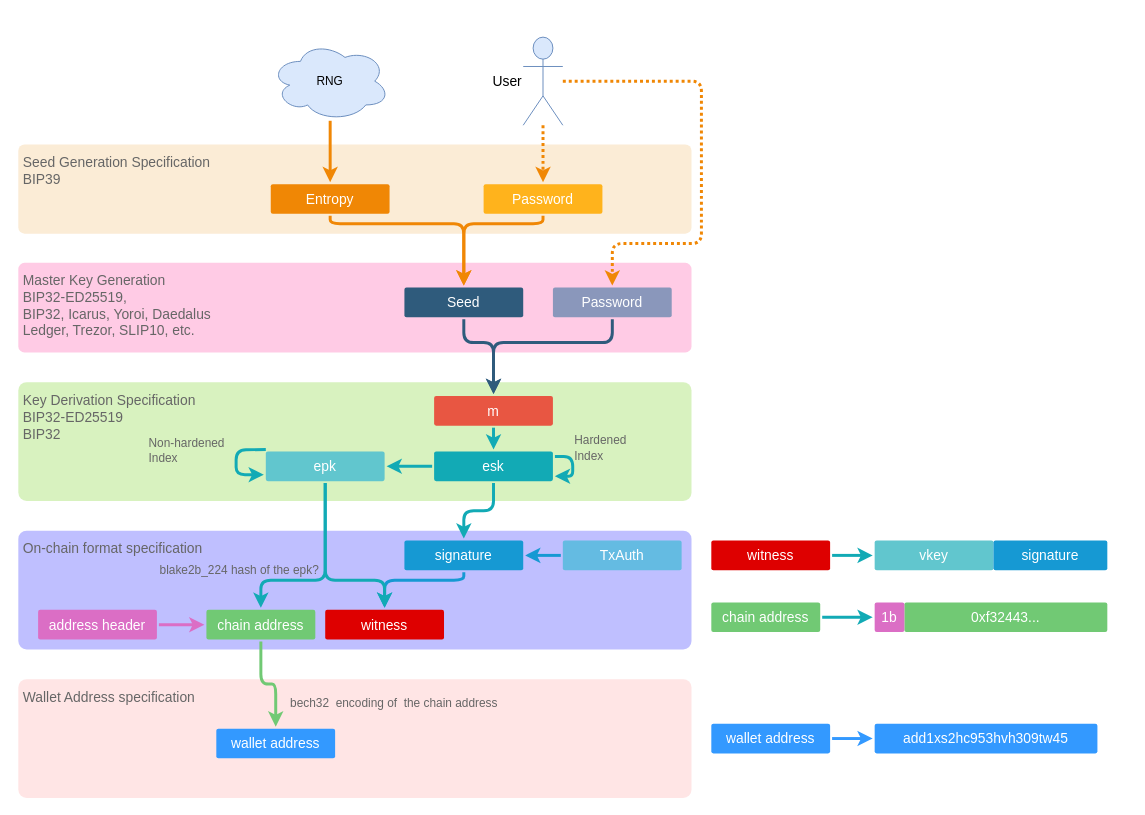
This is diagrams/Wallet_Specification.drawio from ilap/ShelleyStuffs, a draw.io file, before an edit. Source tidied: cells renumbered, new cells numbered last; positions are measured from the earlier drawing's top-left corner, leaving out a move shared by most shapes. Both pictures are drawn from the tidied source at 99%, with x=0, y=0 at pixel (18, 37).
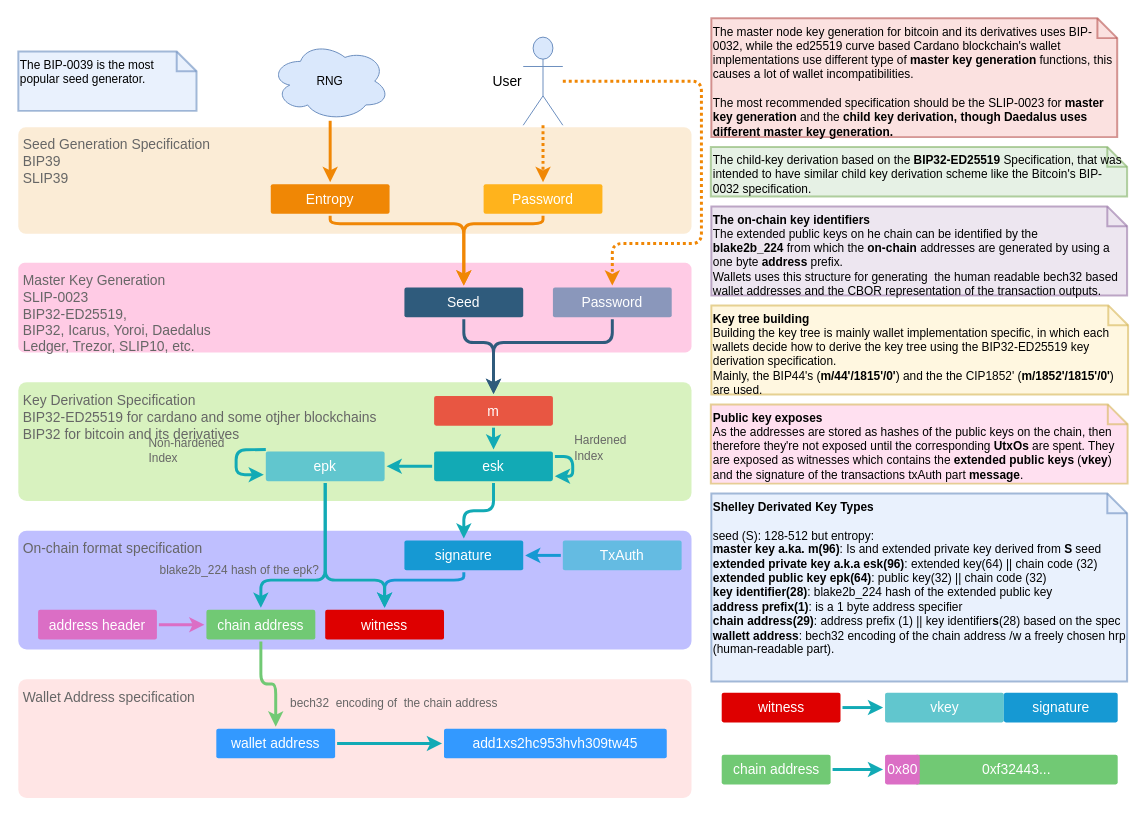
The same diagram, later.

The change refers to these unchanged cells:
```xml
<mxCell id="36" value="wallet address" style="rounded=1;whiteSpace=wrap;html=1;shadow=0;labelBackgroundColor=none;strokeColor=none;strokeWidth=3;fontFamily=Helvetica;fontSize=14;fontColor=#FFFFFF;align=center;spacing=5;fontStyle=0;arcSize=7;perimeterSpacing=2;fillColor=#3399FF;" parent="1" vertex="1">
  <mxGeometry x="200" y="698.5" width="120" height="30" as="geometry" />
</mxCell>
```

Change to the diagram source:
```diff
@@
-    <mxCell id="4" value="Key Derivation Specification&lt;br&gt;BIP32-ED25519&lt;br&gt;BIP32" style="rounded=1;whiteSpace=wrap;html=1;shadow=0;labelBackgroundColor=none;strokeColor=none;strokeWidth=3;fontFamily=Helvetica;fontSize=14;align=left;spacing=5;fontStyle=0;arcSize=7;perimeterSpacing=2;opacity=25;verticalAlign=top;fontColor=#666666;fillColor=#66CC00;" parent="1" vertex="1">
+    <mxCell id="4" value="Key Derivation Specification&lt;br&gt;BIP32-ED25519 for cardano and some otjher blockchains&lt;br&gt;BIP32 for bitcoin and its derivatives" style="rounded=1;whiteSpace=wrap;html=1;shadow=0;labelBackgroundColor=none;strokeColor=none;strokeWidth=3;fontFamily=Helvetica;fontSize=14;align=left;spacing=5;fontStyle=0;arcSize=7;perimeterSpacing=2;opacity=25;verticalAlign=top;fontColor=#666666;fillColor=#66CC00;" parent="1" vertex="1">
       <mxGeometry y="348.5" width="680" height="120" as="geometry" />
     </mxCell>
-    <mxCell id="5" value="Master Key Generation&lt;br&gt;BIP32-ED25519,&amp;nbsp;&lt;br&gt;BIP32, Icarus, Yoroi, Daedalus&lt;br&gt;Ledger, Trezor, SLIP10, etc." style="rounded=1;whiteSpace=wrap;html=1;shadow=0;labelBackgroundColor=none;strokeColor=none;strokeWidth=3;fontFamily=Helvetica;fontSize=14;align=left;spacing=5;fontStyle=0;arcSize=7;perimeterSpacing=2;opacity=25;verticalAlign=top;fontColor=#666666;fillColor=#FF3399;" parent="1" vertex="1">
+    <mxCell id="5" value="Master Key Generation&lt;br&gt;SLIP-0023&lt;br&gt;BIP32-ED25519,&amp;nbsp;&lt;br&gt;BIP32, Icarus, Yoroi, Daedalus&lt;br&gt;Ledger, Trezor, SLIP10, etc." style="rounded=1;whiteSpace=wrap;html=1;shadow=0;labelBackgroundColor=none;strokeColor=none;strokeWidth=3;fontFamily=Helvetica;fontSize=14;align=left;spacing=5;fontStyle=0;arcSize=7;perimeterSpacing=2;opacity=25;verticalAlign=top;fontColor=#666666;fillColor=#FF3399;" parent="1" vertex="1">
       <mxGeometry y="228" width="680" height="90.5" as="geometry" />
     </mxCell>
-    <mxCell id="6" value="Seed Generation Specification&lt;br&gt;&lt;span&gt;BIP39&lt;/span&gt;" style="rounded=1;whiteSpace=wrap;html=1;shadow=0;labelBackgroundColor=none;strokeColor=none;strokeWidth=3;fontFamily=Helvetica;fontSize=14;align=left;spacing=5;fontStyle=0;arcSize=7;perimeterSpacing=2;opacity=25;fillColor=#F0B45B;verticalAlign=top;fontColor=#666666;" parent="1" vertex="1">
-      <mxGeometry y="108.5" width="680" height="90" as="geometry" />
+    <mxCell id="6" value="Seed Generation Specification&lt;br&gt;&lt;span&gt;BIP39&lt;br&gt;SLIP39&lt;br&gt;&lt;/span&gt;" style="rounded=1;whiteSpace=wrap;html=1;shadow=0;labelBackgroundColor=none;strokeColor=none;strokeWidth=3;fontFamily=Helvetica;fontSize=14;align=left;spacing=5;fontStyle=0;arcSize=7;perimeterSpacing=2;opacity=25;fillColor=#F0B45B;verticalAlign=top;fontColor=#666666;" parent="1" vertex="1">
+      <mxGeometry y="91" width="680" height="107.5" as="geometry" />
     </mxCell>
@@
+    <mxCell id="53" style="edgeStyle=orthogonalEdgeStyle;rounded=1;jettySize=auto;html=1;labelBackgroundColor=none;strokeColor=#12AAB5;strokeWidth=3;fontSize=12;fontColor=#666666;" parent="1" edge="1" source="36" target="40">
+      <mxGeometry relative="1" as="geometry" />
+    </mxCell>
@@
     <mxCell id="40" value="add1xs2hc953hvh309tw45" style="rounded=1;whiteSpace=wrap;html=1;shadow=0;labelBackgroundColor=none;strokeColor=none;strokeWidth=3;fontFamily=Helvetica;fontSize=14;fontColor=#FFFFFF;align=center;spacing=5;fontStyle=0;arcSize=7;perimeterSpacing=2;fillColor=#3399FF;" parent="1" vertex="1">
-      <mxGeometry x="865" y="693.5" width="225" height="30" as="geometry" />
+      <mxGeometry x="430" y="698.5" width="225" height="30" as="geometry" />
     </mxCell>
@@
     <mxCell id="42" value="witness" style="rounded=1;whiteSpace=wrap;html=1;shadow=0;labelBackgroundColor=none;strokeColor=none;strokeWidth=3;fontFamily=Helvetica;fontSize=14;fontColor=#FFFFFF;align=center;spacing=5;fontStyle=0;arcSize=7;perimeterSpacing=2;fillColor=#DE0000;" parent="1" vertex="1">
-      <mxGeometry x="700" y="508.5" width="120" height="30" as="geometry" />
+      <mxGeometry x="710.5" y="662.2" width="120" height="30" as="geometry" />
     </mxCell>
     <mxCell id="43" value="0xf32443..." style="rounded=1;whiteSpace=wrap;html=1;shadow=0;labelBackgroundColor=none;strokeColor=none;strokeWidth=3;fontFamily=Helvetica;fontSize=14;fontColor=#FFFFFF;align=center;spacing=5;fontStyle=0;arcSize=7;perimeterSpacing=2;fillColor=#71C974;" parent="1" vertex="1">
-      <mxGeometry x="895" y="571" width="205" height="30" as="geometry" />
+      <mxGeometry x="905.5" y="724.8" width="205" height="30" as="geometry" />
     </mxCell>
-    <mxCell id="44" value="1b" style="rounded=1;whiteSpace=wrap;html=1;shadow=0;labelBackgroundColor=none;strokeColor=none;strokeWidth=3;fontFamily=Helvetica;fontSize=14;fontColor=#FFFFFF;align=center;spacing=5;fontStyle=0;arcSize=7;perimeterSpacing=2;fillColor=#DB6EC5;" parent="1" vertex="1">
-      <mxGeometry x="865" y="571" width="30" height="30" as="geometry" />
+    <mxCell id="44" value="0x80" style="rounded=1;whiteSpace=wrap;html=1;shadow=0;labelBackgroundColor=none;strokeColor=none;strokeWidth=3;fontFamily=Helvetica;fontSize=14;fontColor=#FFFFFF;align=center;spacing=5;fontStyle=0;arcSize=7;perimeterSpacing=2;fillColor=#DB6EC5;" parent="1" vertex="1">
+      <mxGeometry x="875.5" y="724.8" width="35" height="30" as="geometry" />
     </mxCell>
     <mxCell id="45" value="vkey" style="rounded=1;whiteSpace=wrap;html=1;shadow=0;labelBackgroundColor=none;strokeColor=none;strokeWidth=3;fillColor=#61c6ce;fontFamily=Helvetica;fontSize=14;fontColor=#FFFFFF;align=center;spacing=5;fontStyle=0;arcSize=7;perimeterSpacing=2;" parent="1" vertex="1">
-      <mxGeometry x="865" y="508.5" width="120" height="30" as="geometry" />
+      <mxGeometry x="875.5" y="662.2" width="120" height="30" as="geometry" />
     </mxCell>
@@
     <mxCell id="47" value="chain address" style="rounded=1;whiteSpace=wrap;html=1;shadow=0;labelBackgroundColor=none;strokeColor=none;strokeWidth=3;fontFamily=Helvetica;fontSize=14;fontColor=#FFFFFF;align=center;spacing=5;fontStyle=0;arcSize=7;perimeterSpacing=2;fillColor=#71C974;" parent="1" vertex="1">
-      <mxGeometry x="700" y="571" width="110" height="30" as="geometry" />
+      <mxGeometry x="710.5" y="724.8" width="110" height="30" as="geometry" />
     </mxCell>
     <mxCell id="48" value="signature" style="rounded=1;whiteSpace=wrap;html=1;shadow=0;labelBackgroundColor=none;strokeColor=none;strokeWidth=3;fillColor=#1699d3;fontFamily=Helvetica;fontSize=14;fontColor=#FFFFFF;align=center;spacing=5;fontStyle=0;arcSize=7;perimeterSpacing=2;" parent="1" vertex="1">
-      <mxGeometry x="985" y="508.5" width="115" height="30" as="geometry" />
+      <mxGeometry x="995.5" y="662.2" width="115" height="30" as="geometry" />
     </mxCell>
-    <mxCell id="49" style="edgeStyle=orthogonalEdgeStyle;rounded=1;jettySize=auto;html=1;labelBackgroundColor=none;strokeWidth=3;fontSize=12;fontColor=#666666;strokeColor=#3399FF;" parent="1" edge="1" source="50" target="40">
-      <mxGeometry relative="1" as="geometry" />
-    </mxCell>
-    <mxCell id="50" value="wallet address" style="rounded=1;whiteSpace=wrap;html=1;shadow=0;labelBackgroundColor=none;strokeColor=none;strokeWidth=3;fontFamily=Helvetica;fontSize=14;fontColor=#FFFFFF;align=center;spacing=5;fontStyle=0;arcSize=7;perimeterSpacing=2;fillColor=#3399FF;" parent="1" vertex="1">
-      <mxGeometry x="700" y="693.5" width="120" height="30" as="geometry" />
-    </mxCell>
@@
+    <mxCell id="54" value="The BIP-0039 is the most popular seed generator.&lt;br style=&quot;font-size: 12px;&quot;&gt;" style="shape=note;strokeWidth=2;fontSize=12;size=20;whiteSpace=wrap;html=1;fillColor=#dae8fc;strokeColor=#6c8ebf;labelBackgroundColor=none;opacity=60;align=left;verticalAlign=top;" parent="1" vertex="1">
+      <mxGeometry y="14.5" width="180" height="60" as="geometry" />
+    </mxCell>
+    <mxCell id="55" value="The master node key generation for bitcoin and its derivatives uses BIP-0032, while the ed25519 curve based Cardano blockchain's wallet implementations use different type of &lt;b style=&quot;font-size: 12px;&quot;&gt;master key generation&lt;/b&gt;&amp;nbsp;functions, this causes a lot of wallet incompatibilities.&amp;nbsp;&lt;br style=&quot;font-size: 12px;&quot;&gt;&lt;br style=&quot;font-size: 12px;&quot;&gt;The most recommended specification should be the SLIP-0023 for &lt;b style=&quot;font-size: 12px;&quot;&gt;master key generation&lt;/b&gt; and the &lt;b style=&quot;font-size: 12px;&quot;&gt;child key derivation, though Daedalus uses different master key generation.&lt;/b&gt;" style="shape=note;strokeWidth=2;fontSize=12;size=20;whiteSpace=wrap;html=1;fillColor=#f8cecc;strokeColor=#b85450;labelBackgroundColor=none;opacity=60;align=left;verticalAlign=top;" parent="1" vertex="1">
+      <mxGeometry x="700" y="-19" width="410" height="120" as="geometry" />
+    </mxCell>
+    <mxCell id="56" value="The child-key derivation based on the &lt;b style=&quot;font-size: 12px;&quot;&gt;BIP32-ED25519&lt;/b&gt; Specification, that was intended to have similar child key derivation scheme like the Bitcoin's BIP-0032 specification.&lt;br style=&quot;font-size: 12px;&quot;&gt;" style="shape=note;strokeWidth=2;fontSize=12;size=20;whiteSpace=wrap;html=1;fillColor=#d5e8d4;strokeColor=#82b366;labelBackgroundColor=none;opacity=60;align=left;verticalAlign=top;" parent="1" vertex="1">
+      <mxGeometry x="699.5" y="111" width="420.5" height="50" as="geometry" />
+    </mxCell>
+    <mxCell id="57" value="&lt;b style=&quot;font-size: 12px&quot;&gt;The on-chain key identifiers&lt;br style=&quot;font-size: 12px&quot;&gt;&lt;/b&gt;The extended public keys on he chain can be identified by the &lt;b style=&quot;font-size: 12px&quot;&gt;blake2b_224&lt;/b&gt;&amp;nbsp;from which the &lt;b style=&quot;font-size: 12px&quot;&gt;on-chain&amp;nbsp;&lt;/b&gt;addresses are generated by using a one byte &lt;b style=&quot;font-size: 12px&quot;&gt;address&amp;nbsp;&lt;/b&gt;prefix.&lt;br style=&quot;font-size: 12px&quot;&gt;Wallets uses this structure for generating&amp;nbsp; the human readable bech32 based wallet addresses and the CBOR representation of the transaction outputs." style="shape=note;strokeWidth=2;fontSize=12;size=20;whiteSpace=wrap;html=1;fillColor=#e1d5e7;strokeColor=#9673a6;labelBackgroundColor=none;opacity=60;align=left;verticalAlign=top;" parent="1" vertex="1">
+      <mxGeometry x="700" y="171" width="420" height="90" as="geometry" />
+    </mxCell>
+    <mxCell id="58" value="&lt;b style=&quot;font-size: 12px;&quot;&gt;Key tree building&lt;br style=&quot;font-size: 12px;&quot;&gt;&lt;/b&gt;Building the key tree is mainly wallet implementation specific, in which each wallets decide how to derive the key tree using the BIP32-ED25519 key derivation specification.&lt;br style=&quot;font-size: 12px;&quot;&gt;Mainly, the BIP44's (&lt;b style=&quot;font-size: 12px;&quot;&gt;m/44'/1815'/0'&lt;/b&gt;)&amp;nbsp;and the the CIP1852' (&lt;b style=&quot;font-size: 12px;&quot;&gt;m/1852'/1815'/0'&lt;/b&gt;) are used." style="shape=note;strokeWidth=2;fontSize=12;size=20;whiteSpace=wrap;html=1;fillColor=#fff2cc;strokeColor=#d6b656;labelBackgroundColor=none;opacity=60;align=left;verticalAlign=top;" parent="1" vertex="1">
+      <mxGeometry x="700" y="271" width="421" height="90" as="geometry" />
+    </mxCell>
+    <mxCell id="59" value="&lt;b style=&quot;font-size: 12px;&quot;&gt;Public key exposes&lt;/b&gt;&lt;br style=&quot;font-size: 12px;&quot;&gt;As the addresses are stored as hashes of the public keys on the chain, then therefore they're not exposed until the corresponding &lt;b style=&quot;font-size: 12px;&quot;&gt;UtxOs&lt;/b&gt; are&amp;nbsp;spent. They are exposed as witnesses which contains the &lt;b style=&quot;font-size: 12px;&quot;&gt;extended public keys&lt;/b&gt; (&lt;b style=&quot;font-size: 12px;&quot;&gt;vkey&lt;/b&gt;) and the signature of the transactions txAuth part &lt;b style=&quot;font-size: 12px;&quot;&gt;message&lt;/b&gt;." style="shape=note;strokeWidth=2;fontSize=12;size=20;whiteSpace=wrap;html=1;strokeColor=#d6b656;labelBackgroundColor=none;opacity=60;align=left;verticalAlign=top;fillColor=#FFCCE6;" parent="1" vertex="1">
+      <mxGeometry x="699.5" y="371" width="421" height="80" as="geometry" />
+    </mxCell>
+    <mxCell id="60" value="&lt;b&gt;Shelley Derivated Key Types&lt;/b&gt;&lt;br&gt;&lt;br&gt;seed (S): 128-512 but entropy:&lt;br&gt;&lt;b&gt;master key a.ka. m(96)&lt;/b&gt;: Is and extended private key derived from &lt;b&gt;S &lt;/b&gt;seed&lt;br&gt;&lt;b&gt;extended private key a.k.a esk(96)&lt;/b&gt;: extended key(64) || chain code (32)&lt;br&gt;&lt;b&gt;extended public key epk(64)&lt;/b&gt;: public key(32) || chain code (32)&lt;br&gt;&lt;b&gt;key identifier(28)&lt;/b&gt;: blake2b_224 hash of the extended public key&lt;br&gt;&lt;b&gt;address prefix(1)&lt;/b&gt;: is a 1 byte address specifier&lt;br&gt;&lt;b&gt;chain address(29)&lt;/b&gt;: address prefix (1) || key identifier&lt;b&gt;s&lt;/b&gt;(28) based on the spec&lt;br&gt;&lt;b&gt;wallett address&lt;/b&gt;: bech32 encoding of the chain address /w a freely chosen hrp (human-readable part)." style="shape=note;strokeWidth=2;fontSize=12;size=20;whiteSpace=wrap;html=1;fillColor=#dae8fc;strokeColor=#6c8ebf;labelBackgroundColor=none;opacity=60;align=left;verticalAlign=top;" parent="1" vertex="1">
+      <mxGeometry x="700" y="461" width="420" height="190" as="geometry" />
+    </mxCell>
```
